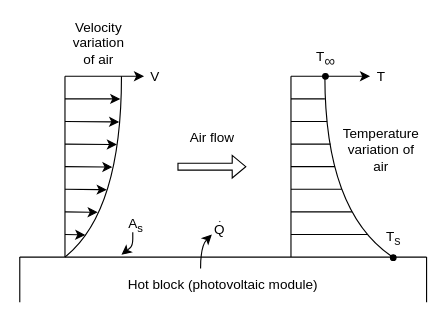
The draw.io diagram Thesis A/Diagrams.net Files/convective_heat_transfer_diagram.drawio in nathansivalingam/mechanical-engineering-thesis-a, before the edit. Source tidied: cells renumbered, new cells numbered last; positions are measured from the earlier drawing's top-left corner, leaving out a move shared by most shapes. Both pictures are drawn from the tidied source at 113%, with x=0, y=0 at pixel (19, 26).
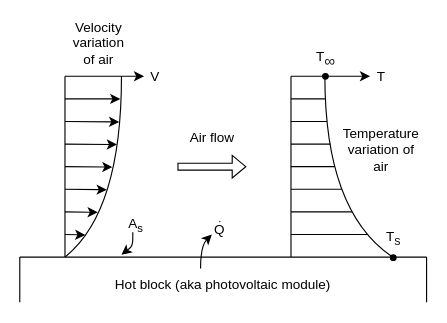
After the change.

The edit, as a diff of the source:
```diff
@@
-    <mxCell id="18" value="Hot block (photovoltaic module)" style="text;html=1;align=center;verticalAlign=middle;whiteSpace=wrap;rounded=0;" parent="1" vertex="1">
+    <mxCell id="18" value="Hot block (aka photovoltaic module)" style="text;html=1;align=center;verticalAlign=middle;whiteSpace=wrap;rounded=0;" parent="1" vertex="1">
       <mxGeometry x="80" y="214" width="200" height="30" as="geometry" />
     </mxCell>
```
